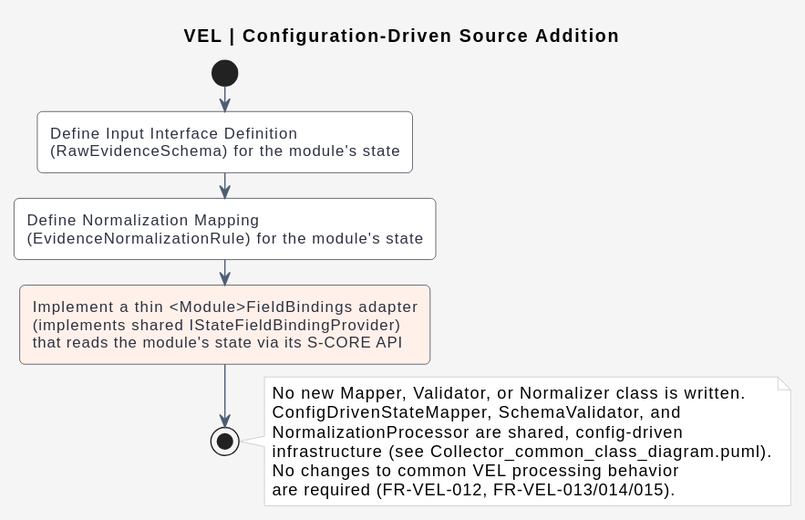
Before: docs/features/assets/Configuration_driven_source_addition.svg, a diagram exported from PlantUML (akshayg0314/vel).
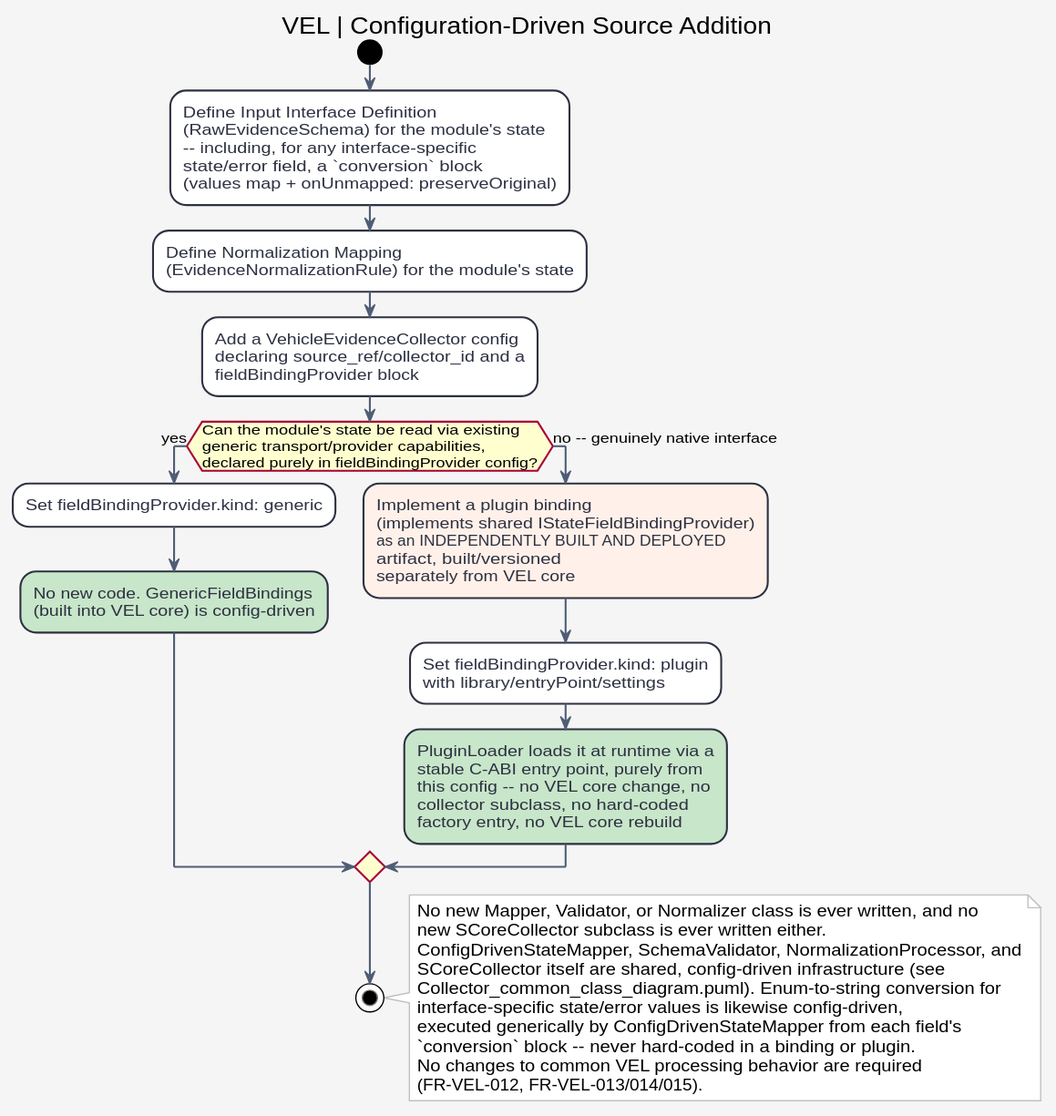
Later version of the same file.

What changed in the source:
```diff
@@ -14,20 +14,35 @@
 
 start
 :Define Input Interface Definition
-(RawEvidenceSchema) for the module's state;
+(RawEvidenceSchema) for the module's state
+-- including, for any interface-specific
+state/error field, a `conversion` block
+(values map + onUnmapped: preserveOriginal);
 :Define Normalization Mapping
 (EvidenceNormalizationRule) for the module's state;
-#FFF1E9:Implement a thin <Module>FieldBindings adapter
-(implements shared IStateFieldBindingProvider)
-that reads the module's state via its S-CORE API;
+:Add a VehicleEvidenceCollector config
+declaring source_ref/collector_id and a
+fieldBindingProvider block;
+if (Can the module's state be read via existing\ngeneric transport/provider capabilities,\ndeclared purely in fieldBindingProvider config?) then (yes)
+  :Set fieldBindingProvider.kind: generic;
+  #C8E6C9:No new code. GenericFieldBindings\n(built into VEL core) is config-driven;
+else (no -- genuinely native interface)
+  #FFF1E9:Implement a plugin binding\n(implements shared IStateFieldBindingProvider)\nas an INDEPENDENTLY BUILT AND DEPLOYED\nartifact, built/versioned\nseparately from VEL core;
+  :Set fieldBindingProvider.kind: plugin\nwith library/entryPoint/settings;
+  #C8E6C9:PluginLoader loads it at runtime via a\nstable C-ABI entry point, purely from\nthis config -- no VEL core change, no\ncollector subclass, no hard-coded\nfactory entry, no VEL core rebuild;
+endif
 stop
 
 note right
-No new Mapper, Validator, or Normalizer class is written.
-ConfigDrivenStateMapper, SchemaValidator, and
-NormalizationProcessor are shared, config-driven
-infrastructure (see Collector_common_class_diagram.puml).
-No changes to common VEL processing behavior
-are required (FR-VEL-012, FR-VEL-013/014/015).
+No new Mapper, Validator, or Normalizer class is ever written, and no
+new SCoreCollector subclass is ever written either.
+ConfigDrivenStateMapper, SchemaValidator, NormalizationProcessor, and
+SCoreCollector itself are shared, config-driven infrastructure (see
+Collector_common_class_diagram.puml). Enum-to-string conversion for
+interface-specific state/error values is likewise config-driven,
+executed generically by ConfigDrivenStateMapper from each field's
+`conversion` block -- never hard-coded in a binding or plugin.
+No changes to common VEL processing behavior are required
+(FR-VEL-012, FR-VEL-013/014/015).
 end note
 @enduml
```
